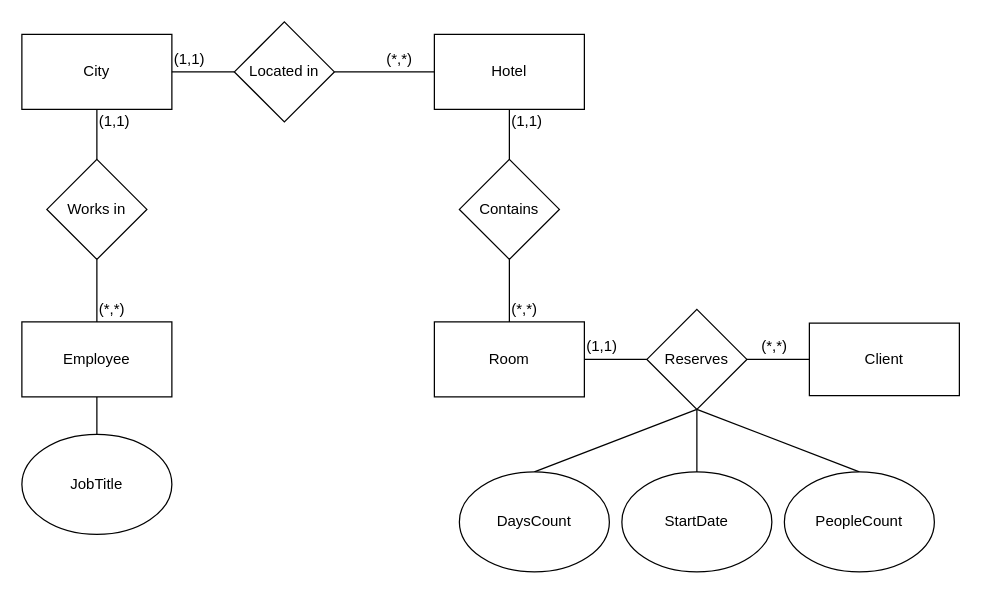
This is Task1/Task1.drawio from devtot0/FundamentalsOfDatabases, a draw.io file, before an edit. Source tidied: cells renumbered, new cells numbered last; positions are measured from the earlier drawing's top-left corner, leaving out a move shared by most shapes. Both pictures are drawn from the tidied source at 125%, with x=0, y=0 at pixel (21, 21).
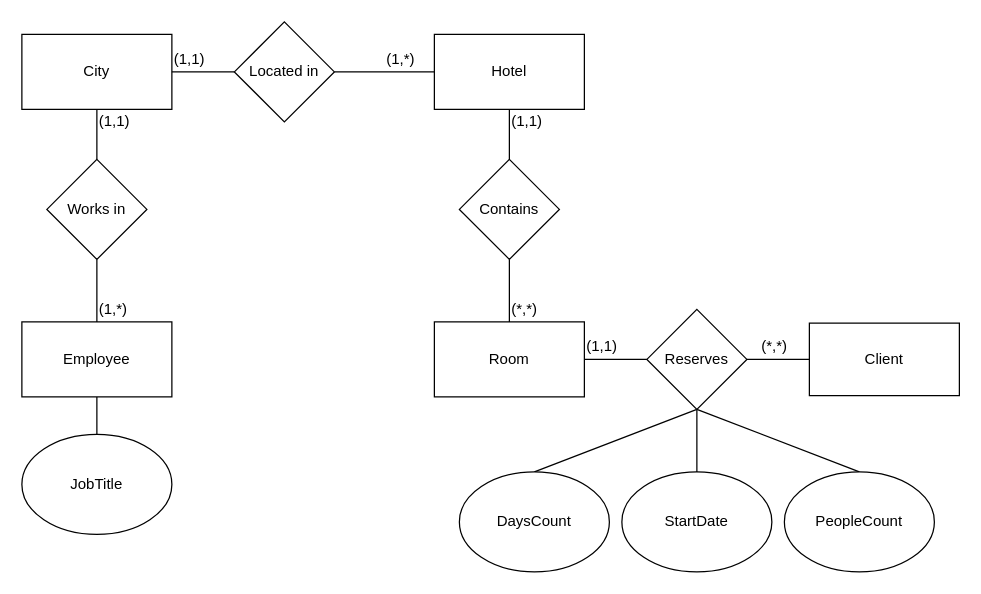
Above is the later version.

The edit, as a diff of the source:
```diff
@@
-    <mxCell id="32" value="(*,*)" style="text;html=1;align=left;verticalAlign=top;spacingTop=-4;" parent="1" vertex="1">
+    <mxCell id="32" value="(1,*)" style="text;html=1;align=left;verticalAlign=top;spacingTop=-4;" parent="1" vertex="1">
       <mxGeometry x="60" y="220" width="40" height="20" as="geometry" />
     </mxCell>
-    <mxCell id="33" value="(*,*)" style="text;html=1;align=left;verticalAlign=top;spacingTop=-4;" parent="1" vertex="1">
+    <mxCell id="33" value="(1,*)" style="text;html=1;align=left;verticalAlign=top;spacingTop=-4;" parent="1" vertex="1">
       <mxGeometry x="290" y="20" width="40" height="20" as="geometry" />
     </mxCell>
```
